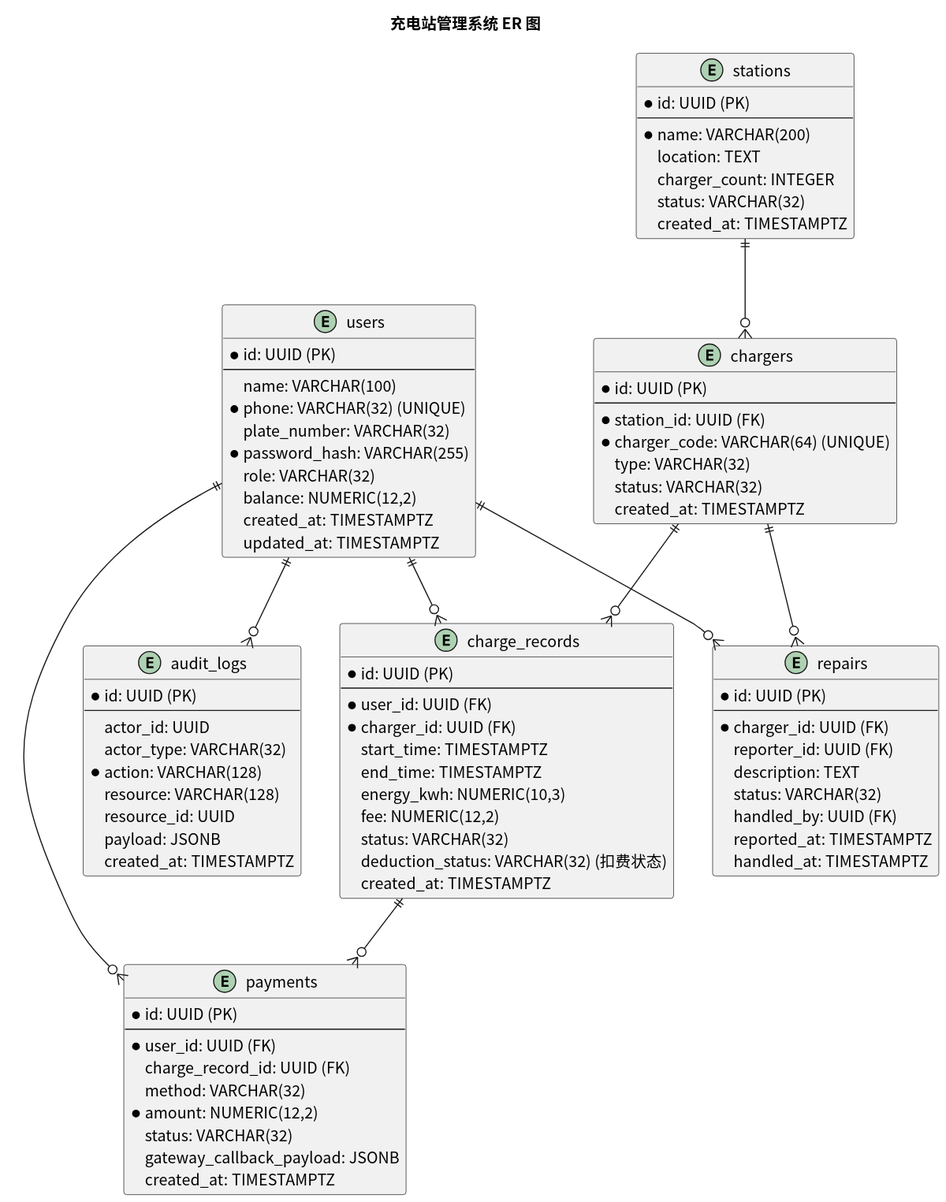
greenhandzdl/charging-station-doc keeps this PlantUML diagram as usecase/docs/database/img/er_diagram.svg. Above is the earlier version. Source of this version:
```plantuml
@startuml
skinparam defaultFontName "Noto Sans CJK SC"
skinparam defaultFontSize 14
title 充电站管理系统 ER 图

entity users {
  *id: UUID (PK)
  --
  name: VARCHAR(100)
  *phone: VARCHAR(32) (UNIQUE)
  plate_number: VARCHAR(32)
  *password_hash: VARCHAR(255)
  role: VARCHAR(32)
  balance: NUMERIC(12,2)
  created_at: TIMESTAMPTZ
  updated_at: TIMESTAMPTZ
}

entity stations {
  *id: UUID (PK)
  --
  *name: VARCHAR(200)
  location: TEXT
  charger_count: INTEGER
  status: VARCHAR(32)
  created_at: TIMESTAMPTZ
}

entity chargers {
  *id: UUID (PK)
  --
  *station_id: UUID (FK)
  *charger_code: VARCHAR(64) (UNIQUE)
  type: VARCHAR(32)
  status: VARCHAR(32)
  created_at: TIMESTAMPTZ
}

entity charge_records {
  *id: UUID (PK)
  --
  *user_id: UUID (FK)
  *charger_id: UUID (FK)
  start_time: TIMESTAMPTZ
  end_time: TIMESTAMPTZ
  energy_kwh: NUMERIC(10,3)
  fee: NUMERIC(12,2)
  status: VARCHAR(32)
  deduction_status: VARCHAR(32) (扣费状态)
  created_at: TIMESTAMPTZ
}

entity payments {
  *id: UUID (PK)
  --
  *user_id: UUID (FK)
  charge_record_id: UUID (FK)
  method: VARCHAR(32)
  *amount: NUMERIC(12,2)
  status: VARCHAR(32)
  gateway_callback_payload: JSONB
  created_at: TIMESTAMPTZ
}

entity repairs {
  *id: UUID (PK)
  --
  *charger_id: UUID (FK)
  reporter_id: UUID (FK)
  description: TEXT
  status: VARCHAR(32)
  handled_by: UUID (FK)
  reported_at: TIMESTAMPTZ
  handled_at: TIMESTAMPTZ
}

entity audit_logs {
  *id: UUID (PK)
  --
  actor_id: UUID
  actor_type: VARCHAR(32)
  *action: VARCHAR(128)
  resource: VARCHAR(128)
  resource_id: UUID
  payload: JSONB
  created_at: TIMESTAMPTZ
}

stations ||--o{ chargers
users ||--o{ charge_records
chargers ||--o{ charge_records
users ||--o{ payments
charge_records ||--o{ payments
users ||--o{ repairs
chargers ||--o{ repairs
users ||--o{ audit_logs
@enduml
```
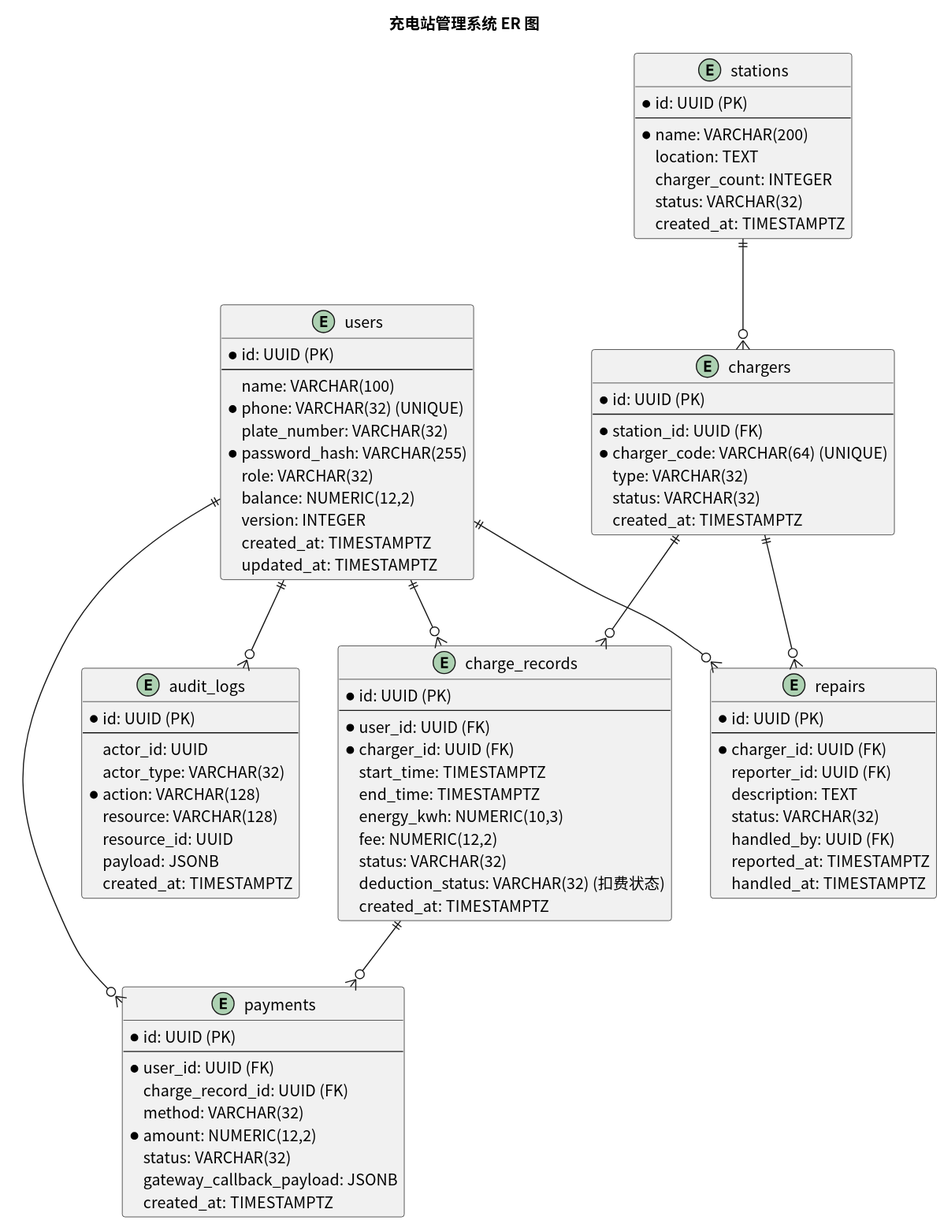
Above is the later version.

What changed in the source:
```diff
@@ -12,6 +12,7 @@
   *password_hash: VARCHAR(255)
   role: VARCHAR(32)
   balance: NUMERIC(12,2)
+  version: INTEGER
   created_at: TIMESTAMPTZ
   updated_at: TIMESTAMPTZ
 }
```
